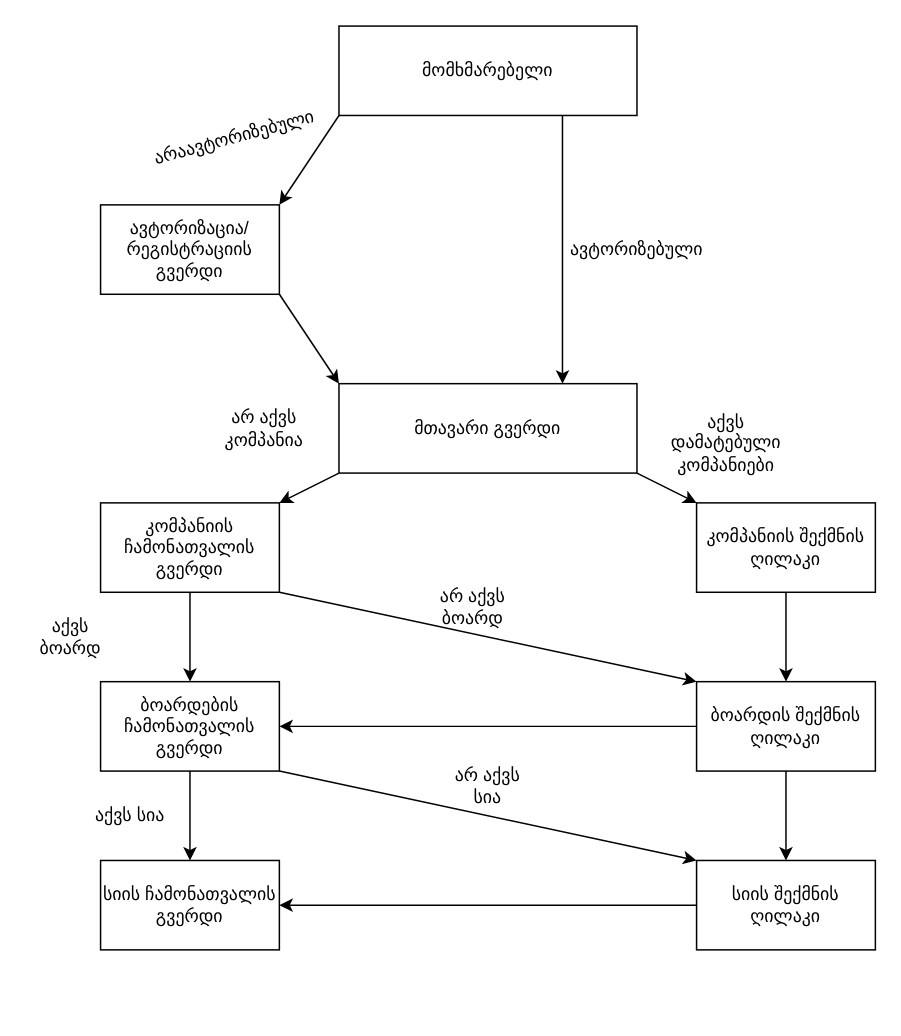
This is Untitled Diagram.drawio from SalyOne/-taskManagerNgrx, a draw.io file, before an edit. Source tidied: cells renumbered, new cells numbered last; positions are measured from the earlier drawing's top-left corner, leaving out a move shared by most shapes. Both pictures are drawn from the tidied source at 149%, with x=0, y=0 at pixel (25, 25).
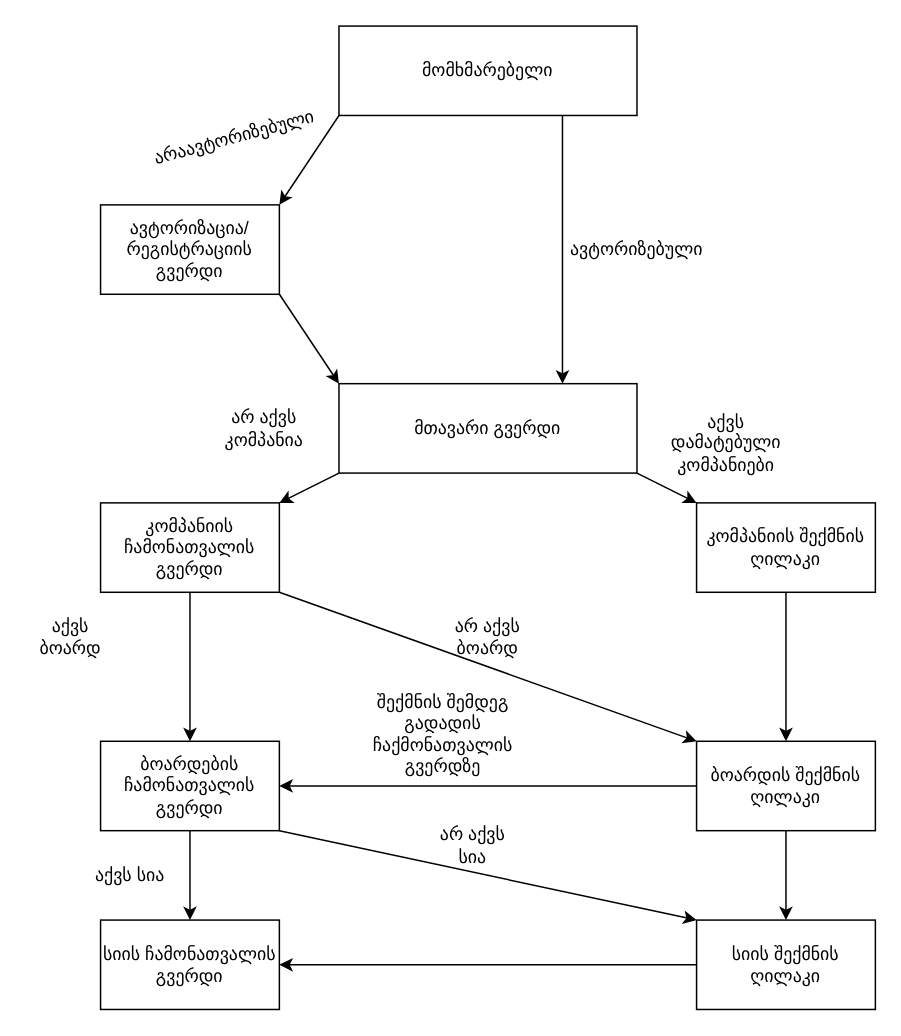
The same page after the edit.

What changed in the source:
```diff
@@
     <mxCell id="18" value="არ აქვს ბოარდ" style="text;html=1;strokeColor=none;fillColor=none;align=center;verticalAlign=middle;whiteSpace=wrap;rounded=0;" parent="1" vertex="1">
-      <mxGeometry x="270" y="370" width="60" height="40" as="geometry" />
+      <mxGeometry x="280" y="390" width="60" height="40" as="geometry" />
     </mxCell>
@@
     <mxCell id="20" value="ბოარდის შექმნის ღილაკი" style="rounded=0;whiteSpace=wrap;html=1;" parent="1" vertex="1">
-      <mxGeometry x="450" y="440" width="120" height="60" as="geometry" />
+      <mxGeometry x="450" y="480" width="120" height="60" as="geometry" />
     </mxCell>
@@
     <mxCell id="22" value="ბოარდების ჩამონათვალის გვერდი" style="rounded=0;whiteSpace=wrap;html=1;" parent="1" vertex="1">
-      <mxGeometry x="50" y="440" width="120" height="60" as="geometry" />
+      <mxGeometry x="50" y="480" width="120" height="60" as="geometry" />
     </mxCell>
     <mxCell id="23" value="აქვს სია" style="text;html=1;strokeColor=none;fillColor=none;align=center;verticalAlign=middle;whiteSpace=wrap;rounded=0;" parent="1" vertex="1">
-      <mxGeometry x="40" y="510" width="60" height="40" as="geometry" />
+      <mxGeometry x="40" y="550" width="60" height="40" as="geometry" />
     </mxCell>
     <mxCell id="24" value="სიის ჩამონათვალის გვერდი" style="rounded=0;whiteSpace=wrap;html=1;" parent="1" vertex="1">
-      <mxGeometry x="50" y="560" width="120" height="60" as="geometry" />
+      <mxGeometry x="50" y="600" width="120" height="60" as="geometry" />
     </mxCell>
@@
     <mxCell id="26" value="სიის შექმნის ღილაკი" style="rounded=0;whiteSpace=wrap;html=1;" parent="1" vertex="1">
-      <mxGeometry x="450" y="560" width="120" height="60" as="geometry" />
+      <mxGeometry x="450" y="600" width="120" height="60" as="geometry" />
     </mxCell>
-    <mxCell id="27" value="არ აქვს სია" style="text;html=1;strokeColor=none;fillColor=none;align=center;verticalAlign=middle;whiteSpace=wrap;rounded=0;" parent="1" vertex="1">
-      <mxGeometry x="280" y="490" width="60" height="40" as="geometry" />
-    </mxCell>
-    <mxCell id="28" style="endArrow=classic;html=1;rounded=0;entryX=0;entryY=0;entryDx=0;entryDy=0;exitX=1;exitY=1;exitDx=0;exitDy=0;" parent="1" edge="1" source="22" target="26">
+    <mxCell id="28" style="endArrow=classic;html=1;rounded=0;entryX=0;entryY=0;entryDx=0;entryDy=0;exitX=1;exitY=1;exitDx=0;exitDy=0;startArrow=none;" parent="1" edge="1" source="22" target="26">
       <mxGeometry relative="1" as="geometry" />
     </mxCell>
-    <mxCell id="29" style="endArrow=classic;html=1;rounded=0;exitX=0;exitY=0.5;exitDx=0;exitDy=0;entryX=1;entryY=0.5;entryDx=0;entryDy=0;" parent="1" edge="1" source="20" target="22">
+    <mxCell id="29" style="endArrow=classic;html=1;rounded=0;entryX=1;entryY=0.5;entryDx=0;entryDy=0;startArrow=none;exitX=0;exitY=0.5;exitDx=0;exitDy=0;" parent="1" edge="1" source="20" target="22">
       <mxGeometry relative="1" as="geometry" />
     </mxCell>
@@
+    <mxCell id="32" value="შექმნის შემდეგ გადადის ჩაქმონათვალის გვერდზე" style="text;html=1;strokeColor=none;fillColor=none;align=center;verticalAlign=middle;whiteSpace=wrap;rounded=0;" parent="1" vertex="1">
+      <mxGeometry x="250" y="460" width="60" height="30" as="geometry" />
+    </mxCell>
+    <mxCell id="27" value="არ აქვს სია" style="text;html=1;strokeColor=none;fillColor=none;align=center;verticalAlign=middle;whiteSpace=wrap;rounded=0;" parent="1" vertex="1">
+      <mxGeometry x="270" y="530" width="60" height="40" as="geometry" />
+    </mxCell>
```
